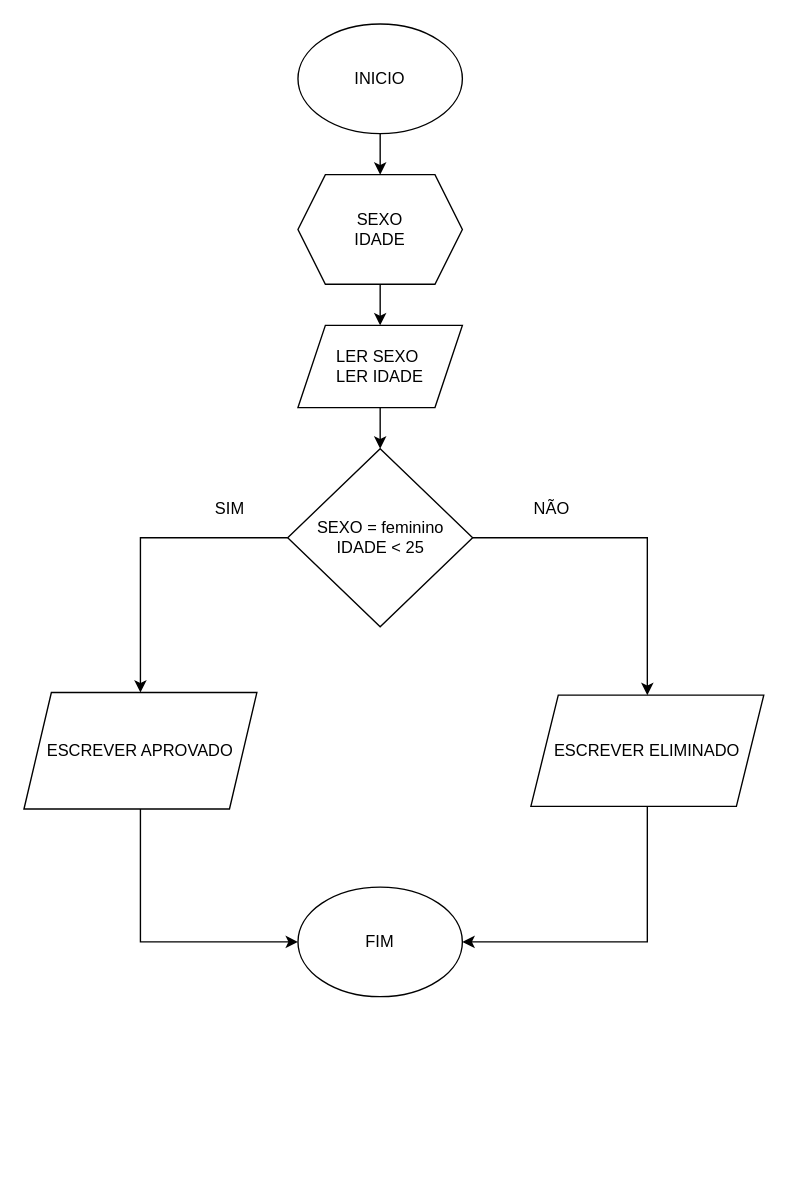
Hevee06/Projetos_Diagrama.oi keeps this draw.io diagram as InputDados.drawio. Above is the earlier version. Source tidied: cells renumbered, new cells numbered last; positions are measured from the earlier drawing's top-left corner, leaving out a move shared by most shapes. Both pictures are drawn from the tidied source at 137%, with x=0, y=0 at pixel (23, 23).
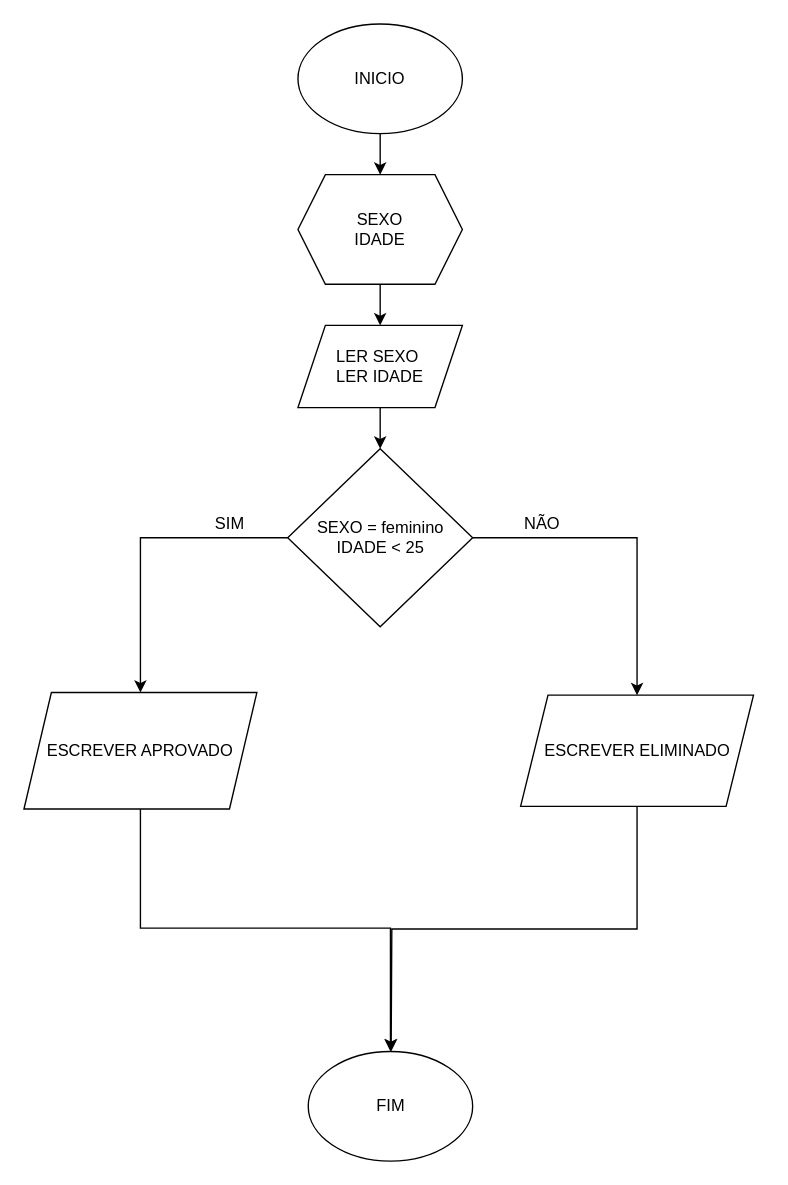
The same diagram, later.

Unchanged cells that the change refers to:
```xml
<mxCell id="17" value="ESCREVER APROVADO" style="shape=parallelogram;perimeter=parallelogramPerimeter;whiteSpace=wrap;html=1;fixedSize=1;rounded=0;" parent="1" vertex="1">
  <mxGeometry y="488" width="170" height="85" as="geometry" />
</mxCell>
```

Change to the diagram source:
```diff
@@
     <mxCell id="10" value="FIM" style="ellipse;whiteSpace=wrap;html=1;rounded=0;" parent="1" vertex="1">
-      <mxGeometry x="200" y="630" width="120" height="80" as="geometry" />
+      <mxGeometry x="207.5" y="750" width="120" height="80" as="geometry" />
     </mxCell>
-    <mxCell id="11" style="edgeStyle=orthogonalEdgeStyle;rounded=0;jettySize=auto;html=1;entryX=1;entryY=0.5;entryDx=0;entryDy=0;exitX=0.5;exitY=1;exitDx=0;exitDy=0;" parent="1" edge="1" source="12" target="10">
-      <mxGeometry relative="1" as="geometry" />
+    <mxCell id="11" style="edgeStyle=orthogonalEdgeStyle;rounded=0;jettySize=auto;html=1;exitX=0.5;exitY=1;exitDx=0;exitDy=0;" parent="1" edge="1" source="12">
+      <mxGeometry relative="1" as="geometry">
+        <mxPoint x="268" y="750" as="targetPoint" />
+      </mxGeometry>
     </mxCell>
     <mxCell id="12" value="ESCREVER ELIMINADO" style="shape=parallelogram;perimeter=parallelogramPerimeter;whiteSpace=wrap;html=1;fixedSize=1;rounded=0;" parent="1" vertex="1">
-      <mxGeometry x="370" y="489.9" width="170" height="81.2" as="geometry" />
+      <mxGeometry x="362.5" y="489.9" width="170" height="81.2" as="geometry" />
     </mxCell>
@@
     <mxCell id="14" value="NÃO" style="text;html=1;align=center;verticalAlign=middle;strokeColor=none;fillColor=none;rounded=0;" parent="1" vertex="1">
-      <mxGeometry x="360" y="339" width="50" height="30" as="geometry" />
+      <mxGeometry x="352.5" y="350" width="50" height="30" as="geometry" />
     </mxCell>
     <mxCell id="15" value="SIM" style="text;html=1;align=center;verticalAlign=middle;strokeColor=none;fillColor=none;rounded=0;" parent="1" vertex="1">
-      <mxGeometry x="130" y="339" width="40" height="30" as="geometry" />
+      <mxGeometry x="130" y="350" width="40" height="30" as="geometry" />
     </mxCell>
-    <mxCell id="16" style="edgeStyle=orthogonalEdgeStyle;rounded=0;jettySize=auto;html=1;entryX=0;entryY=0.5;entryDx=0;entryDy=0;" parent="1" edge="1" source="17" target="10">
+    <mxCell id="16" style="edgeStyle=orthogonalEdgeStyle;rounded=0;jettySize=auto;html=1;entryX=0.5;entryY=0;entryDx=0;entryDy=0;" parent="1" edge="1" source="17" target="10">
       <mxGeometry relative="1" as="geometry">
         <Array as="points">
-          <mxPoint x="85" y="670" />
+          <mxPoint x="85" y="660" />
+          <mxPoint x="268" y="660" />
         </Array>
       </mxGeometry>
     </mxCell>
```
